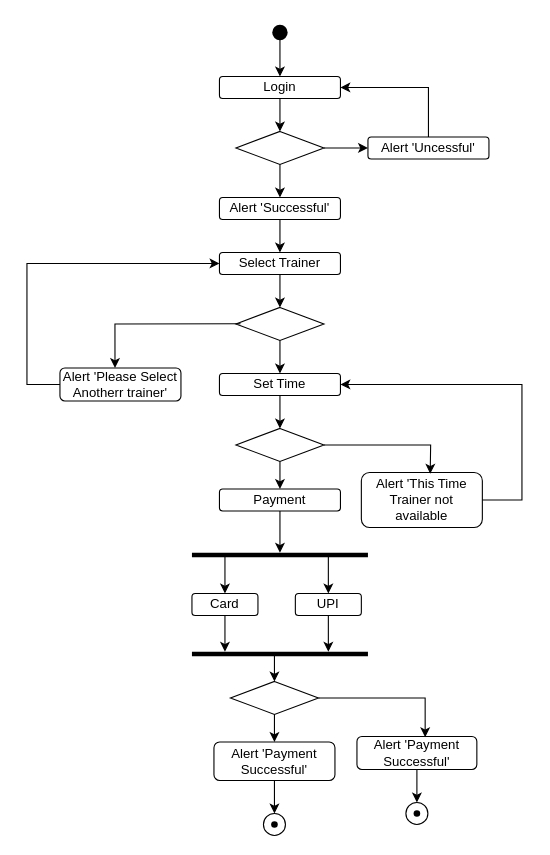
harmik09/B.tech keeps this draw.io diagram as SE/Activity_Diagram_User.drawio. Above is the earlier version. Source tidied: cells renumbered, new cells numbered last; positions are measured from the earlier drawing's top-left corner, leaving out a move shared by most shapes. Both pictures are drawn from the tidied source at 110%, with x=0, y=0 at pixel (26, 21).
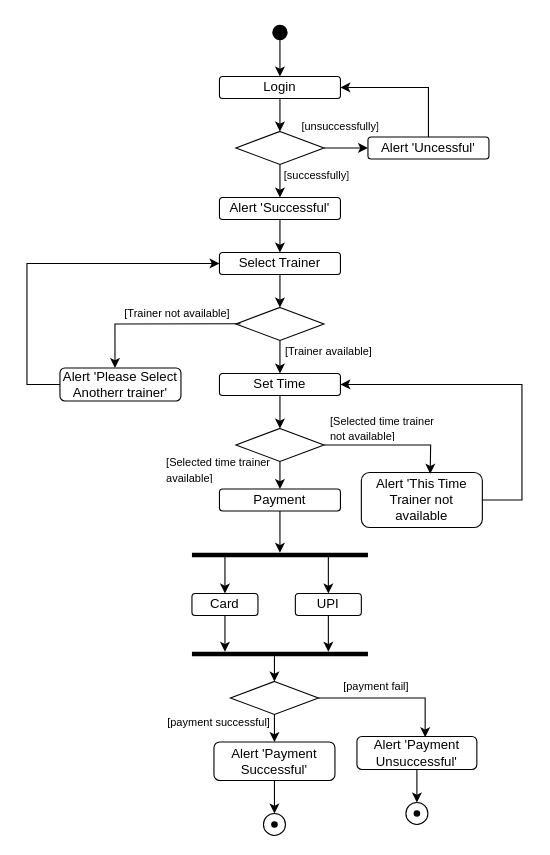
The same diagram, later.

Change to the diagram source:
```diff
@@
-    <mxCell id="40" value="Alert 'Payment Successful'" style="rounded=1;whiteSpace=wrap;html=1;" parent="1" vertex="1">
+    <mxCell id="40" value="Alert 'Payment Unsuccessful'" style="rounded=1;whiteSpace=wrap;html=1;" parent="1" vertex="1">
       <mxGeometry x="300" y="650" width="109" height="30" as="geometry" />
     </mxCell>
@@
+    <mxCell id="49" value="&lt;font style=&quot;font-size: 10px;&quot;&gt;[successfully]&lt;/font&gt;" style="text;strokeColor=none;fillColor=none;align=left;verticalAlign=middle;spacingLeft=4;spacingRight=4;overflow=hidden;whiteSpace=wrap;html=1;" parent="1" vertex="1">
+      <mxGeometry x="228" y="125" width="80" height="30" as="geometry" />
+    </mxCell>
+    <mxCell id="50" value="&lt;font style=&quot;font-size: 10px;&quot;&gt;[unsuccessfully]&lt;/font&gt;" style="text;strokeColor=none;fillColor=none;align=left;verticalAlign=middle;spacingLeft=4;spacingRight=4;overflow=hidden;whiteSpace=wrap;html=1;" parent="1" vertex="1">
+      <mxGeometry x="244" y="80" width="80" height="30" as="geometry" />
+    </mxCell>
+    <mxCell id="51" value="&lt;font style=&quot;font-size: 10px;&quot;&gt;[Trainer not available]&lt;/font&gt;" style="text;strokeColor=none;fillColor=none;align=left;verticalAlign=middle;spacingLeft=4;spacingRight=4;overflow=hidden;whiteSpace=wrap;html=1;" parent="1" vertex="1">
+      <mxGeometry x="83" y="250" width="110" height="30" as="geometry" />
+    </mxCell>
+    <mxCell id="52" value="&lt;font style=&quot;font-size: 10px;&quot;&gt;[Trainer available]&lt;/font&gt;" style="text;strokeColor=none;fillColor=none;align=left;verticalAlign=middle;spacingLeft=4;spacingRight=4;overflow=hidden;whiteSpace=wrap;html=1;" parent="1" vertex="1">
+      <mxGeometry x="229" y="285" width="110" height="30" as="geometry" />
+    </mxCell>
+    <mxCell id="53" value="&lt;font style=&quot;font-size: 10px;&quot;&gt;[Selected time trainer not available]&lt;/font&gt;" style="text;strokeColor=none;fillColor=none;align=left;verticalAlign=middle;spacingLeft=4;spacingRight=4;overflow=hidden;whiteSpace=wrap;html=1;" parent="1" vertex="1">
+      <mxGeometry x="270" y="353" width="110" height="30" as="geometry" />
+    </mxCell>
+    <mxCell id="54" value="&lt;font style=&quot;font-size: 10px;&quot;&gt;[Selected time trainer available]&lt;/font&gt;" style="text;strokeColor=none;fillColor=none;align=left;verticalAlign=middle;spacingLeft=4;spacingRight=4;overflow=hidden;whiteSpace=wrap;html=1;" parent="1" vertex="1">
+      <mxGeometry x="121" y="391" width="110" height="30" as="geometry" />
+    </mxCell>
+    <mxCell id="55" value="&lt;font style=&quot;font-size: 10px;&quot;&gt;[payment fail]&lt;/font&gt;" style="text;strokeColor=none;fillColor=none;align=left;verticalAlign=middle;spacingLeft=4;spacingRight=4;overflow=hidden;whiteSpace=wrap;html=1;" parent="1" vertex="1">
+      <mxGeometry x="282" y="589" width="110" height="30" as="geometry" />
+    </mxCell>
+    <mxCell id="56" value="&lt;font style=&quot;font-size: 10px;&quot;&gt;[payment successful]&lt;/font&gt;" style="text;strokeColor=none;fillColor=none;align=left;verticalAlign=middle;spacingLeft=4;spacingRight=4;overflow=hidden;whiteSpace=wrap;html=1;" parent="1" vertex="1">
+      <mxGeometry x="122" y="622" width="110" height="30" as="geometry" />
+    </mxCell>
```
